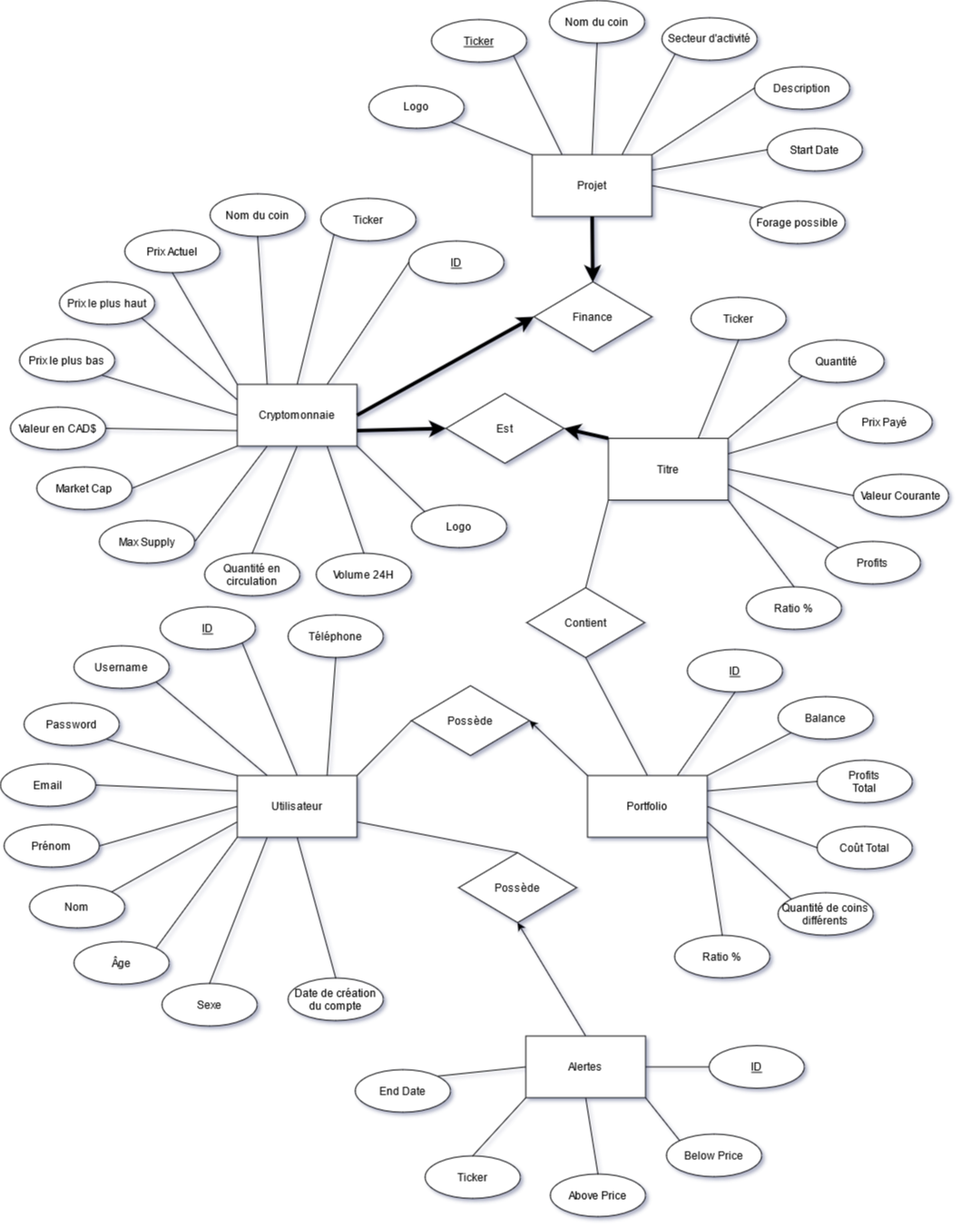
The draw.io diagram Rapport/Entite-Relation.png in matreurai/GLO-2005, before a commit. Source tidied: cells renumbered, new cells last; positions are measured from the earlier drawing's top-left corner, leaving out a move shared by most shapes.
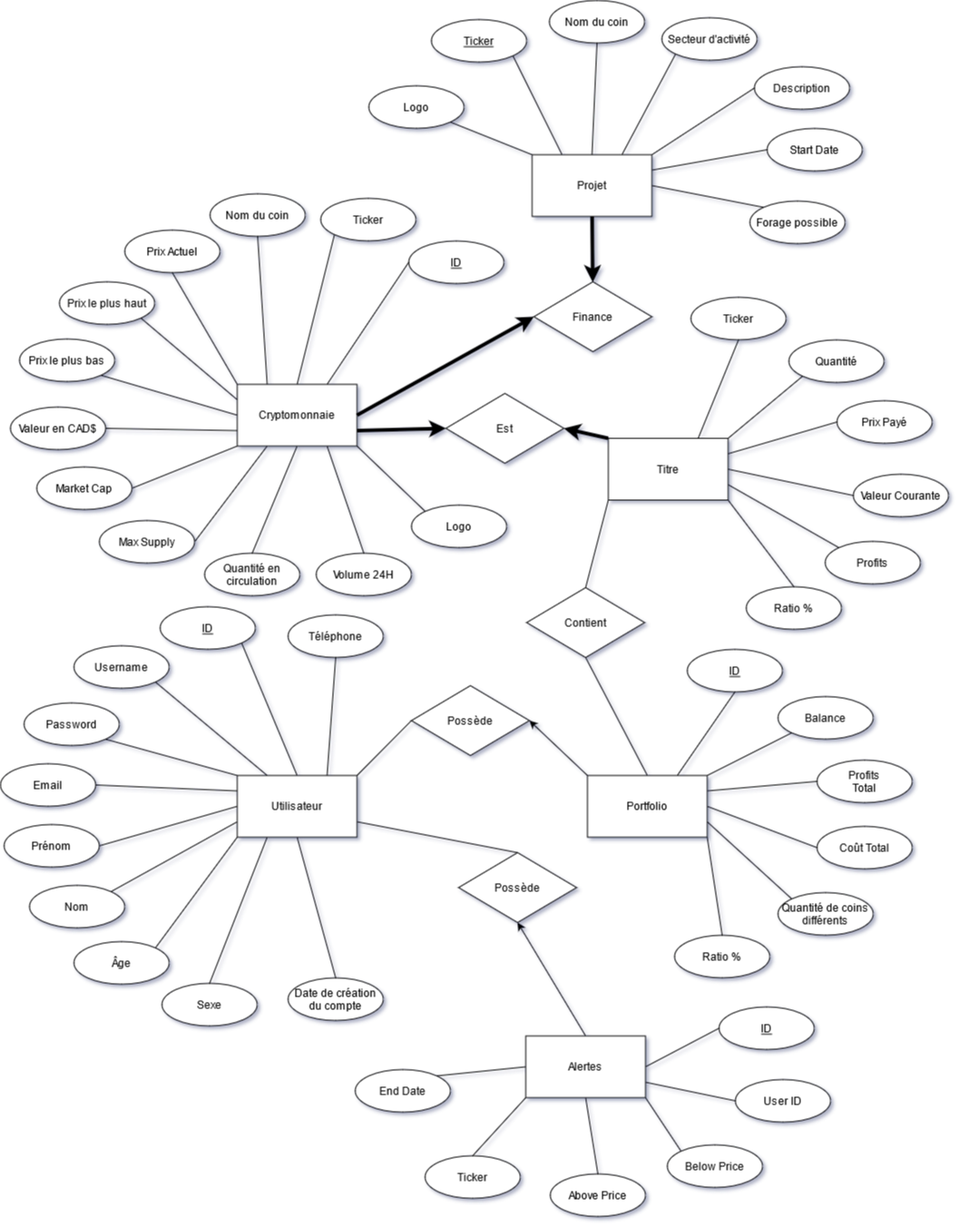
Above is the later version.

Commit message:
Modif au rapport et Modele Entite Relation

Change to the diagram source:
```diff
@@ -320,6 +320,9 @@
     <mxCell id="107" style="edgeStyle=none;rounded=0;jettySize=auto;html=1;exitX=0;exitY=0.5;exitDx=0;exitDy=0;entryX=1;entryY=0;entryDx=0;entryDy=0;endArrow=none;endFill=0;" parent="1" edge="1" source="108" target="115">
       <mxGeometry relative="1" as="geometry" />
     </mxCell>
+    <mxCell id="116" style="rounded=0;jettySize=auto;html=1;exitX=1;exitY=0.75;exitDx=0;exitDy=0;entryX=0;entryY=0.5;entryDx=0;entryDy=0;endArrow=none;endFill=0;" parent="1" edge="1" source="108" target="117">
+      <mxGeometry relative="1" as="geometry" />
+    </mxCell>
     <mxCell id="108" value="Alertes" style="rounded=0;whiteSpace=wrap;html=1;" parent="1" vertex="1">
       <mxGeometry x="579" y="1141" width="132" height="68" as="geometry" />
     </mxCell>
@@ -330,13 +333,13 @@
       <mxGeometry x="505" y="939" width="130" height="77" as="geometry" />
     </mxCell>
     <mxCell id="111" value="ID" style="ellipse;whiteSpace=wrap;html=1;fontStyle=4;" parent="1" vertex="1">
-      <mxGeometry x="781" y="1151.5" width="105" height="47" as="geometry" />
+      <mxGeometry x="792" y="1109" width="105" height="47" as="geometry" />
     </mxCell>
     <mxCell id="112" value="Ticker" style="ellipse;whiteSpace=wrap;html=1;fontStyle=0;" parent="1" vertex="1">
       <mxGeometry x="468" y="1273" width="105" height="47" as="geometry" />
     </mxCell>
     <mxCell id="113" value="Below Price" style="ellipse;whiteSpace=wrap;html=1;fontStyle=0;" parent="1" vertex="1">
-      <mxGeometry x="734" y="1249" width="105" height="47" as="geometry" />
+      <mxGeometry x="735" y="1261" width="105" height="47" as="geometry" />
     </mxCell>
     <mxCell id="114" value="Above Price" style="ellipse;whiteSpace=wrap;html=1;fontStyle=0;" parent="1" vertex="1">
       <mxGeometry x="606" y="1293" width="105" height="47" as="geometry" />
@@ -344,5 +347,8 @@
     <mxCell id="115" value="End Date" style="ellipse;whiteSpace=wrap;html=1;fontStyle=0;" parent="1" vertex="1">
       <mxGeometry x="391" y="1178" width="105" height="47" as="geometry" />
     </mxCell>
+    <mxCell id="117" value="&lt;span&gt;User ID&lt;/span&gt;" style="ellipse;whiteSpace=wrap;html=1;fontStyle=0;" parent="1" vertex="1">
+      <mxGeometry x="810" y="1189" width="105" height="47" as="geometry" />
+    </mxCell>
   </root>
 </mxGraphModel>
```
